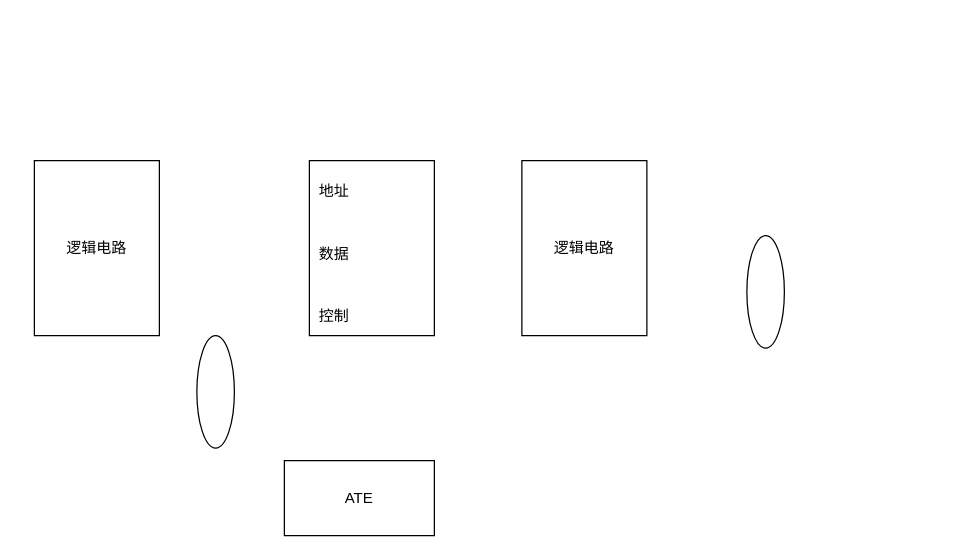
The draw.io diagram doc/test_func.drawio in shanshan-lu/homwork, before the edit. Source tidied: cells renumbered, new cells numbered last; positions are measured from the earlier drawing's top-left corner, leaving out a move shared by most shapes. Both pictures are drawn from the tidied source at 125%, with x=0, y=0 at pixel (34, 160).
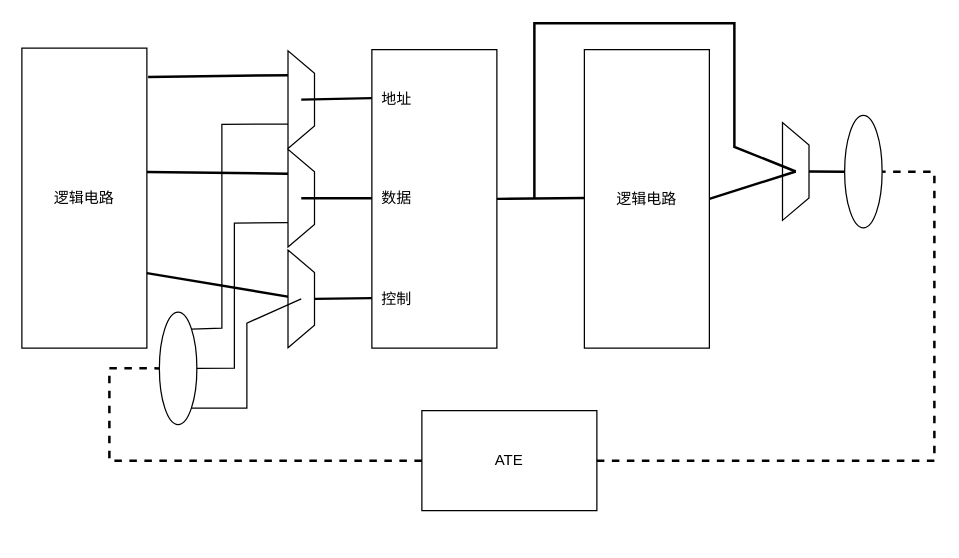
Above is the later version.

What changed in the source:
```diff
@@
     <mxCell id="2" value="逻辑电路" style="rounded=0;whiteSpace=wrap;html=1;" parent="1" vertex="1">
-      <mxGeometry width="100" height="140" as="geometry" />
+      <mxGeometry x="-10" y="-90" width="100" height="240" as="geometry" />
     </mxCell>
     <mxCell id="3" style="ellipse;whiteSpace=wrap;html=1;" parent="1" vertex="1">
-      <mxGeometry x="130" y="140" width="30" height="90" as="geometry" />
+      <mxGeometry x="100" y="121.2" width="30" height="90" as="geometry" />
     </mxCell>
     <mxCell id="4" value="ATE" style="rounded=0;whiteSpace=wrap;html=1;" parent="1" vertex="1">
-      <mxGeometry x="200" y="240" width="120" height="60" as="geometry" />
+      <mxGeometry x="310" y="200" width="140" height="80" as="geometry" />
     </mxCell>
     <mxCell id="5" style="rounded=0;whiteSpace=wrap;html=1;" parent="1" vertex="1">
-      <mxGeometry x="220" width="100" height="140" as="geometry" />
+      <mxGeometry x="270" y="-88.8" width="100" height="238.8" as="geometry" />
     </mxCell>
     <mxCell id="6" value="逻辑电路" style="rounded=0;whiteSpace=wrap;html=1;" parent="1" vertex="1">
-      <mxGeometry x="390" width="100" height="140" as="geometry" />
+      <mxGeometry x="440" y="-88.8" width="100" height="238.8" as="geometry" />
     </mxCell>
     <mxCell id="7" style="ellipse;whiteSpace=wrap;html=1;" parent="1" vertex="1">
-      <mxGeometry x="570" y="60" width="30" height="90" as="geometry" />
+      <mxGeometry x="648.2" y="-36.2" width="30" height="90" as="geometry" />
     </mxCell>
     <mxCell id="8" value="地址" style="text;html=1;strokeColor=none;fillColor=none;align=center;verticalAlign=middle;whiteSpace=wrap;rounded=0;" parent="1" vertex="1">
-      <mxGeometry x="210" y="10" width="60" height="30" as="geometry" />
+      <mxGeometry x="260" y="-63.8" width="60" height="30" as="geometry" />
     </mxCell>
     <mxCell id="9" value="数据" style="text;html=1;strokeColor=none;fillColor=none;align=center;verticalAlign=middle;whiteSpace=wrap;rounded=0;" parent="1" vertex="1">
-      <mxGeometry x="210" y="60" width="60" height="30" as="geometry" />
+      <mxGeometry x="260" y="15" width="60" height="30" as="geometry" />
     </mxCell>
     <mxCell id="10" value="控制" style="text;html=1;strokeColor=none;fillColor=none;align=center;verticalAlign=middle;whiteSpace=wrap;rounded=0;" parent="1" vertex="1">
-      <mxGeometry x="210" y="110" width="60" height="30" as="geometry" />
+      <mxGeometry x="260" y="95.6" width="60" height="30" as="geometry" />
     </mxCell>
+    <mxCell id="11" style="verticalLabelPosition=middle;verticalAlign=middle;html=1;shape=trapezoid;perimeter=trapezoidPerimeter;whiteSpace=wrap;size=0.23;arcSize=10;flipV=1;labelPosition=center;align=center;rotation=-90;" parent="1" vertex="1">
+      <mxGeometry x="174.4" y="-59.4" width="78.2" height="21.2" as="geometry" />
+    </mxCell>
+    <mxCell id="12" style="endArrow=none;html=1;rounded=0;strokeWidth=2;entryX=0.75;entryY=0;entryDx=0;entryDy=0;exitX=1.01;exitY=0.096;exitDx=0;exitDy=0;exitPerimeter=0;" parent="1" edge="1" source="2" target="11">
+      <mxGeometry relative="1" as="geometry" />
+    </mxCell>
+    <mxCell id="13" style="endArrow=none;html=1;rounded=0;entryX=0.75;entryY=0;entryDx=0;entryDy=0;strokeWidth=2;exitX=1;exitY=0.413;exitDx=0;exitDy=0;exitPerimeter=0;" parent="1" edge="1" source="2" target="16">
+      <mxGeometry relative="1" as="geometry" />
+    </mxCell>
+    <mxCell id="14" style="endArrow=none;html=1;rounded=0;exitX=1;exitY=0.75;exitDx=0;exitDy=0;entryX=0.75;entryY=0;entryDx=0;entryDy=0;strokeWidth=2;" parent="1" edge="1" source="2" target="17">
+      <mxGeometry relative="1" as="geometry" />
+    </mxCell>
+    <mxCell id="15" style="endArrow=none;html=1;rounded=0;strokeWidth=2;exitX=0.5;exitY=1;exitDx=0;exitDy=0;" parent="1" edge="1" source="11">
+      <mxGeometry relative="1" as="geometry">
+        <mxPoint x="270" y="-50" as="targetPoint" />
+      </mxGeometry>
+    </mxCell>
+    <mxCell id="16" style="verticalLabelPosition=middle;verticalAlign=middle;html=1;shape=trapezoid;perimeter=trapezoidPerimeter;whiteSpace=wrap;size=0.23;arcSize=10;flipV=1;labelPosition=center;align=center;rotation=-90;" parent="1" vertex="1">
+      <mxGeometry x="174.4" y="19.4" width="78.2" height="21.2" as="geometry" />
+    </mxCell>
+    <mxCell id="17" style="verticalLabelPosition=middle;verticalAlign=middle;html=1;shape=trapezoid;perimeter=trapezoidPerimeter;whiteSpace=wrap;size=0.23;arcSize=10;flipV=1;labelPosition=center;align=center;rotation=-90;" parent="1" vertex="1">
+      <mxGeometry x="174.4" y="100" width="78.2" height="21.2" as="geometry" />
+    </mxCell>
+    <mxCell id="18" style="endArrow=none;html=1;rounded=0;strokeWidth=2;exitX=0.5;exitY=1;exitDx=0;exitDy=0;entryX=0.167;entryY=0.5;entryDx=0;entryDy=0;entryPerimeter=0;" parent="1" edge="1" source="16" target="9">
+      <mxGeometry relative="1" as="geometry" />
+    </mxCell>
+    <mxCell id="19" style="endArrow=none;html=1;rounded=0;strokeWidth=2;exitX=0.5;exitY=1;exitDx=0;exitDy=0;" parent="1" edge="1" source="17">
+      <mxGeometry relative="1" as="geometry">
+        <mxPoint x="270" y="110" as="targetPoint" />
+      </mxGeometry>
+    </mxCell>
+    <mxCell id="20" style="verticalLabelPosition=middle;verticalAlign=middle;html=1;shape=trapezoid;perimeter=trapezoidPerimeter;whiteSpace=wrap;size=0.23;arcSize=10;flipV=1;labelPosition=center;align=center;rotation=-90;" parent="1" vertex="1">
+      <mxGeometry x="570" y="-1.9" width="78.2" height="21.2" as="geometry" />
+    </mxCell>
+    <mxCell id="21" style="endArrow=none;html=1;rounded=0;strokeWidth=2;exitX=1;exitY=0.5;exitDx=0;exitDy=0;entryX=0;entryY=0.497;entryDx=0;entryDy=0;entryPerimeter=0;" parent="1" edge="1" source="5" target="6">
+      <mxGeometry relative="1" as="geometry" />
+    </mxCell>
+    <mxCell id="22" style="endArrow=none;html=1;rounded=0;strokeWidth=2;exitX=1;exitY=0.5;exitDx=0;exitDy=0;entryX=0.25;entryY=0;entryDx=0;entryDy=0;" parent="1" edge="1" source="6" target="20">
+      <mxGeometry relative="1" as="geometry" />
+    </mxCell>
+    <mxCell id="23" style="endArrow=none;html=1;rounded=0;strokeWidth=2;exitX=0.5;exitY=1;exitDx=0;exitDy=0;entryX=0;entryY=0.5;entryDx=0;entryDy=0;" parent="1" edge="1" source="20" target="7">
+      <mxGeometry relative="1" as="geometry" />
+    </mxCell>
+    <mxCell id="24" style="endArrow=none;html=1;rounded=0;strokeWidth=2;entryX=0.75;entryY=0;entryDx=0;entryDy=0;" parent="1" edge="1" target="20">
+      <mxGeometry relative="1" as="geometry">
+        <mxPoint x="400" y="30" as="sourcePoint" />
+        <Array as="points">
+          <mxPoint x="400" y="-110" />
+          <mxPoint x="560" y="-110" />
+          <mxPoint x="560" y="-11" />
+        </Array>
+      </mxGeometry>
+    </mxCell>
+    <mxCell id="25" style="endArrow=none;dashed=1;html=1;rounded=0;strokeWidth=2;entryX=1;entryY=0.5;entryDx=0;entryDy=0;exitX=1;exitY=0.5;exitDx=0;exitDy=0;" parent="1" edge="1" source="4" target="7">
+      <mxGeometry relative="1" as="geometry">
+        <Array as="points">
+          <mxPoint x="720" y="240" />
+          <mxPoint x="720" y="9" />
+        </Array>
+      </mxGeometry>
+    </mxCell>
+    <mxCell id="26" style="endArrow=none;dashed=1;html=1;rounded=0;strokeWidth=2;exitX=0;exitY=0.5;exitDx=0;exitDy=0;entryX=0;entryY=0.5;entryDx=0;entryDy=0;" parent="1" edge="1" source="4" target="3">
+      <mxGeometry relative="1" as="geometry">
+        <Array as="points">
+          <mxPoint x="60" y="240" />
+          <mxPoint x="60" y="166" />
+        </Array>
+      </mxGeometry>
+    </mxCell>
+    <mxCell id="27" style="endArrow=none;html=1;rounded=0;strokeWidth=1;exitX=1;exitY=0;exitDx=0;exitDy=0;entryX=0.25;entryY=0;entryDx=0;entryDy=0;" parent="1" edge="1" source="3" target="11">
+      <mxGeometry relative="1" as="geometry">
+        <Array as="points">
+          <mxPoint x="150" y="134" />
+          <mxPoint x="150" y="-29" />
+        </Array>
+      </mxGeometry>
+    </mxCell>
+    <mxCell id="28" style="endArrow=none;html=1;rounded=0;strokeWidth=1;exitX=1;exitY=0.5;exitDx=0;exitDy=0;entryX=0.25;entryY=0;entryDx=0;entryDy=0;" parent="1" edge="1" source="3" target="16">
+      <mxGeometry relative="1" as="geometry">
+        <Array as="points">
+          <mxPoint x="160" y="166" />
+          <mxPoint x="160" y="50" />
+        </Array>
+      </mxGeometry>
+    </mxCell>
+    <mxCell id="29" style="endArrow=none;html=1;rounded=0;strokeWidth=1;entryX=0.25;entryY=0;entryDx=0;entryDy=0;exitX=1;exitY=1;exitDx=0;exitDy=0;" parent="1" edge="1" source="3" target="17">
+      <mxGeometry relative="1" as="geometry">
+        <Array as="points">
+          <mxPoint x="170" y="198" />
+          <mxPoint x="170" y="130" />
+        </Array>
+      </mxGeometry>
+    </mxCell>
```
